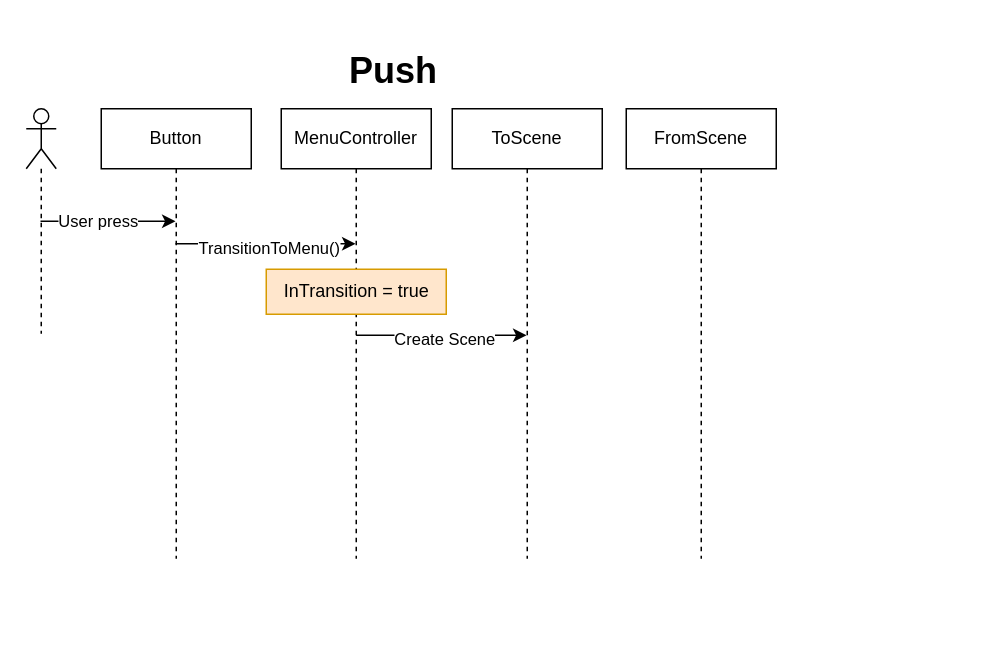
This is page "Flow - Push" (2 of 4) of MenuTransitions.drawio from MikyGus/GodotAddonMenuSystem, a draw.io file, before an edit. Source tidied: cells renumbered, new cells numbered last; positions are measured from the earlier drawing's top-left corner, leaving out a move shared by most shapes. Both pictures are drawn from the tidied source at 150%, with x=0, y=0 at pixel (26, 48).
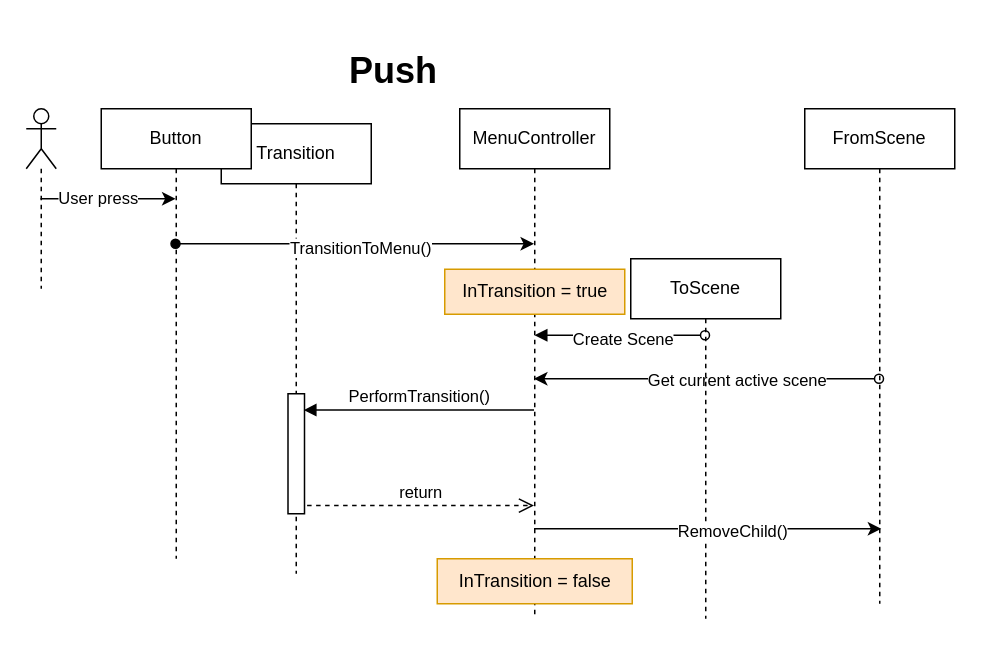
Above is the later version.

The change refers to these unchanged cells:
```xml
<mxCell id="7" value="Button" style="shape=umlLifeline;perimeter=lifelinePerimeter;whiteSpace=wrap;html=1;outlineConnect=0;portConstraint=eastwest;newEdgeStyle={&quot;curved&quot;:0,&quot;rounded&quot;:0};" parent="1" vertex="1">
  <mxGeometry x="50" y="40" width="100" height="300" as="geometry" />
</mxCell>
```

Diff of the diagram source:
```diff
@@
+    <mxCell id="15" value="Transition" style="shape=umlLifeline;perimeter=lifelinePerimeter;whiteSpace=wrap;html=1;newEdgeStyle={&quot;curved&quot;:0,&quot;rounded&quot;:0};" parent="1" vertex="1">
+      <mxGeometry x="130" y="50" width="100" height="300" as="geometry" />
+    </mxCell>
+    <mxCell id="16" style="html=1;points=[[0,0,0,0,5],[0,1,0,0,-5],[1,0,0,0,5],[1,1,0,0,-5]];perimeter=orthogonalPerimeter;outlineConnect=0;targetShapes=umlLifeline;portConstraint=eastwest;newEdgeStyle={&quot;curved&quot;:0,&quot;rounded&quot;:0};" parent="15" vertex="1">
+      <mxGeometry x="44.5" y="180" width="11" height="80" as="geometry" />
+    </mxCell>
     <mxCell id="2" style="edgeStyle=orthogonalEdgeStyle;rounded=0;jettySize=auto;html=1;curved=0;" parent="1" edge="1" source="4" target="7">
       <mxGeometry relative="1" as="geometry">
         <Array as="points">
-          <mxPoint x="80" y="115" />
-          <mxPoint x="80" y="115" />
+          <mxPoint x="80" y="110" />
+          <mxPoint x="80" y="110" />
         </Array>
       </mxGeometry>
     </mxCell>
@@
     <mxCell id="4" style="shape=umlLifeline;perimeter=lifelinePerimeter;whiteSpace=wrap;html=1;outlineConnect=0;portConstraint=eastwest;newEdgeStyle={&quot;curved&quot;:0,&quot;rounded&quot;:0};participant=umlActor;" parent="1" vertex="1">
-      <mxGeometry y="40" width="20" height="150" as="geometry" />
+      <mxGeometry y="40" width="20" height="120" as="geometry" />
     </mxCell>
-    <mxCell id="5" style="edgeStyle=orthogonalEdgeStyle;rounded=0;jettySize=auto;html=1;curved=0;" parent="1" edge="1" source="7" target="10">
+    <mxCell id="5" style="edgeStyle=orthogonalEdgeStyle;rounded=0;jettySize=auto;html=1;curved=0;startArrow=oval;startFill=1;" parent="1" edge="1" source="7" target="10">
       <mxGeometry relative="1" as="geometry">
         <Array as="points">
           <mxPoint x="160" y="130" />
           <mxPoint x="160" y="130" />
         </Array>
       </mxGeometry>
     </mxCell>
@@
-    <mxCell id="8" style="edgeStyle=orthogonalEdgeStyle;rounded=0;orthogonalLoop=1;jettySize=auto;html=1;curved=0;" parent="1" edge="1">
+    <mxCell id="8" style="edgeStyle=orthogonalEdgeStyle;rounded=0;orthogonalLoop=1;jettySize=auto;html=1;curved=0;startArrow=block;startFill=1;endArrow=oval;endFill=0;" parent="1" edge="1">
       <mxGeometry relative="1" as="geometry">
-        <mxPoint x="219.9" y="191" as="sourcePoint" />
-        <mxPoint x="333.5" y="191" as="targetPoint" />
+        <mxPoint x="338.9" y="191" as="sourcePoint" />
+        <mxPoint x="452.5" y="191" as="targetPoint" />
         <Array as="points">
-          <mxPoint x="280" y="191" />
-          <mxPoint x="280" y="191" />
+          <mxPoint x="399" y="191" />
+          <mxPoint x="399" y="191" />
         </Array>
       </mxGeometry>
     </mxCell>
@@
+    <mxCell id="17" style="edgeStyle=orthogonalEdgeStyle;rounded=0;jettySize=auto;html=1;curved=0;startArrow=classic;startFill=1;endArrow=oval;endFill=0;" parent="1" edge="1" source="10" target="12">
+      <mxGeometry relative="1" as="geometry">
+        <Array as="points">
+          <mxPoint x="459" y="220" />
+          <mxPoint x="459" y="220" />
+        </Array>
+      </mxGeometry>
+    </mxCell>
+    <mxCell id="18" value="Get current active scene" style="edgeLabel;html=1;align=center;verticalAlign=middle;" parent="17" vertex="1">
+      <mxGeometry x="0.17" relative="1" as="geometry" />
+    </mxCell>
     <mxCell id="10" value="MenuController" style="shape=umlLifeline;perimeter=lifelinePerimeter;whiteSpace=wrap;html=1;outlineConnect=0;portConstraint=eastwest;newEdgeStyle={&quot;curved&quot;:0,&quot;rounded&quot;:0};" parent="1" vertex="1">
-      <mxGeometry x="170" y="40" width="100" height="300" as="geometry" />
+      <mxGeometry x="289" y="40" width="100" height="340" as="geometry" />
     </mxCell>
     <mxCell id="11" value="ToScene" style="shape=umlLifeline;perimeter=lifelinePerimeter;whiteSpace=wrap;html=1;newEdgeStyle={&quot;curved&quot;:0,&quot;rounded&quot;:0};" parent="1" vertex="1">
-      <mxGeometry x="284" y="40" width="100" height="300" as="geometry" />
+      <mxGeometry x="403" y="140" width="100" height="240" as="geometry" />
     </mxCell>
     <mxCell id="12" value="FromScene" style="shape=umlLifeline;perimeter=lifelinePerimeter;whiteSpace=wrap;html=1;outlineConnect=0;portConstraint=eastwest;newEdgeStyle={&quot;curved&quot;:0,&quot;rounded&quot;:0};" parent="1" vertex="1">
-      <mxGeometry x="400" y="40" width="100" height="300" as="geometry" />
+      <mxGeometry x="519" y="40" width="100" height="330" as="geometry" />
     </mxCell>
@@
     <mxCell id="14" value="InTransition = true" style="text;html=1;align=center;verticalAlign=middle;strokeColor=#d79b00;fillColor=#ffe6cc;" parent="1" vertex="1">
-      <mxGeometry x="160" y="147" width="120" height="30" as="geometry" />
+      <mxGeometry x="279" y="147" width="120" height="30" as="geometry" />
     </mxCell>
+    <mxCell id="19" value="PerformTransition()" style="html=1;verticalAlign=bottom;endArrow=block;curved=0;rounded=0;entryX=0.949;entryY=0.136;entryDx=0;entryDy=0;entryPerimeter=0;" parent="1" edge="1" source="10" target="16">
+      <mxGeometry relative="1" as="geometry" />
+    </mxCell>
+    <mxCell id="20" value="return" style="html=1;verticalAlign=bottom;endArrow=open;dashed=1;endSize=8;curved=0;rounded=0;exitX=1.158;exitY=0.932;exitDx=0;exitDy=0;exitPerimeter=0;" parent="1" edge="1" source="16" target="10">
+      <mxGeometry relative="1" as="geometry" />
+    </mxCell>
+    <mxCell id="21" value="InTransition = false" style="text;html=1;align=center;verticalAlign=middle;strokeColor=#d79b00;fillColor=#ffe6cc;" parent="1" vertex="1">
+      <mxGeometry x="274" y="340" width="130" height="30" as="geometry" />
+    </mxCell>
+    <mxCell id="22" style="edgeStyle=orthogonalEdgeStyle;rounded=0;jettySize=auto;html=1;curved=0;" parent="1" edge="1" source="10">
+      <mxGeometry relative="1" as="geometry">
+        <mxPoint x="570" y="320" as="targetPoint" />
+        <Array as="points">
+          <mxPoint x="571" y="320" />
+        </Array>
+      </mxGeometry>
+    </mxCell>
+    <mxCell id="23" value="RemoveChild()" style="edgeLabel;html=1;align=center;verticalAlign=middle;" parent="22" vertex="1">
+      <mxGeometry x="0.14" y="-1" relative="1" as="geometry" />
+    </mxCell>
```
